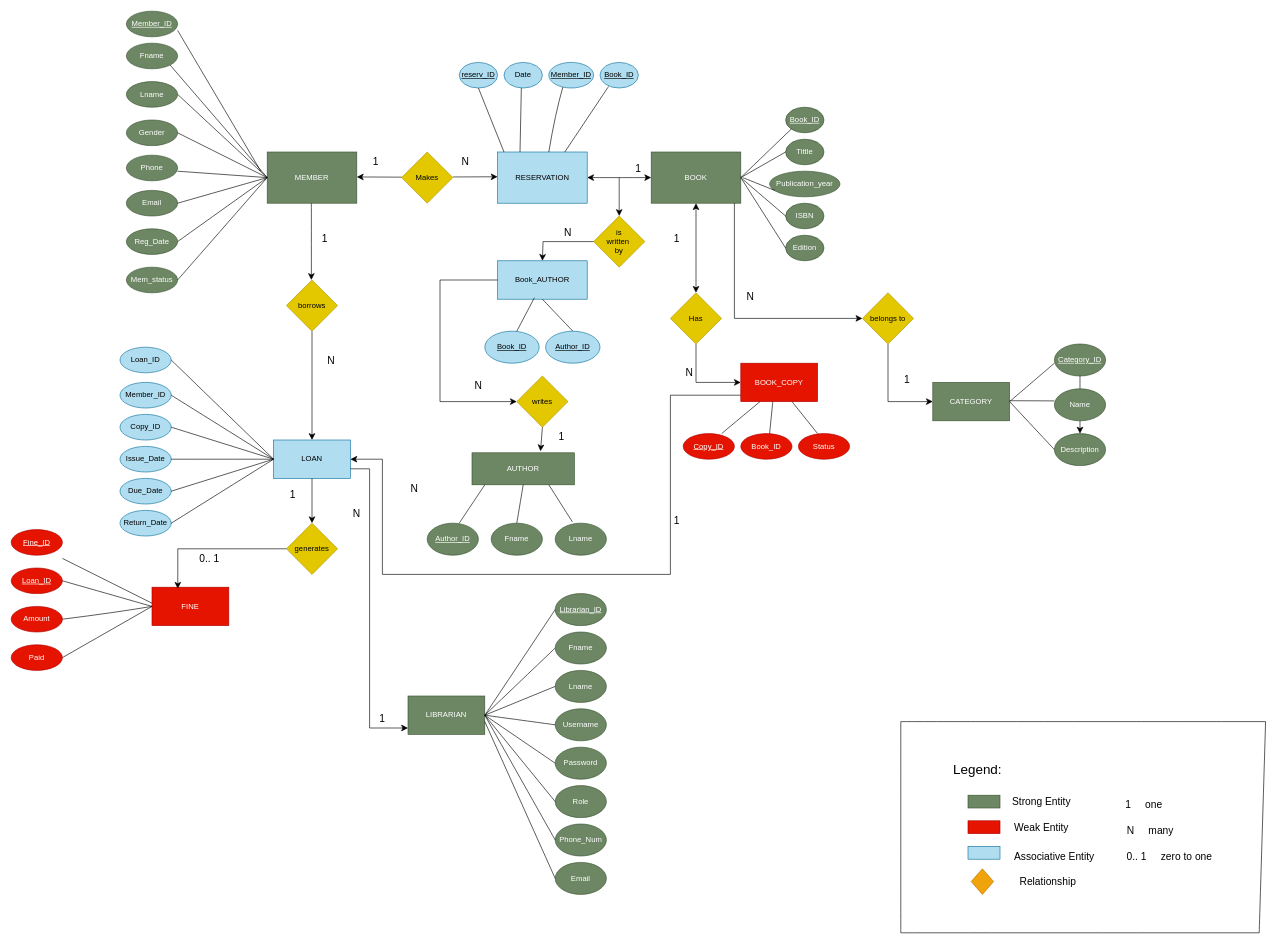
eyobarega-debug/GDG keeps this draw.io diagram as page "Page-1" (1 of 2) of DB.drawio. Above is the earlier version. Source tidied: cells renumbered, new cells numbered last; positions are measured from the earlier drawing's top-left corner, leaving out a move shared by most shapes. Both pictures are drawn from the tidied source at 64%, with x=0, y=0 at pixel (11, 11).
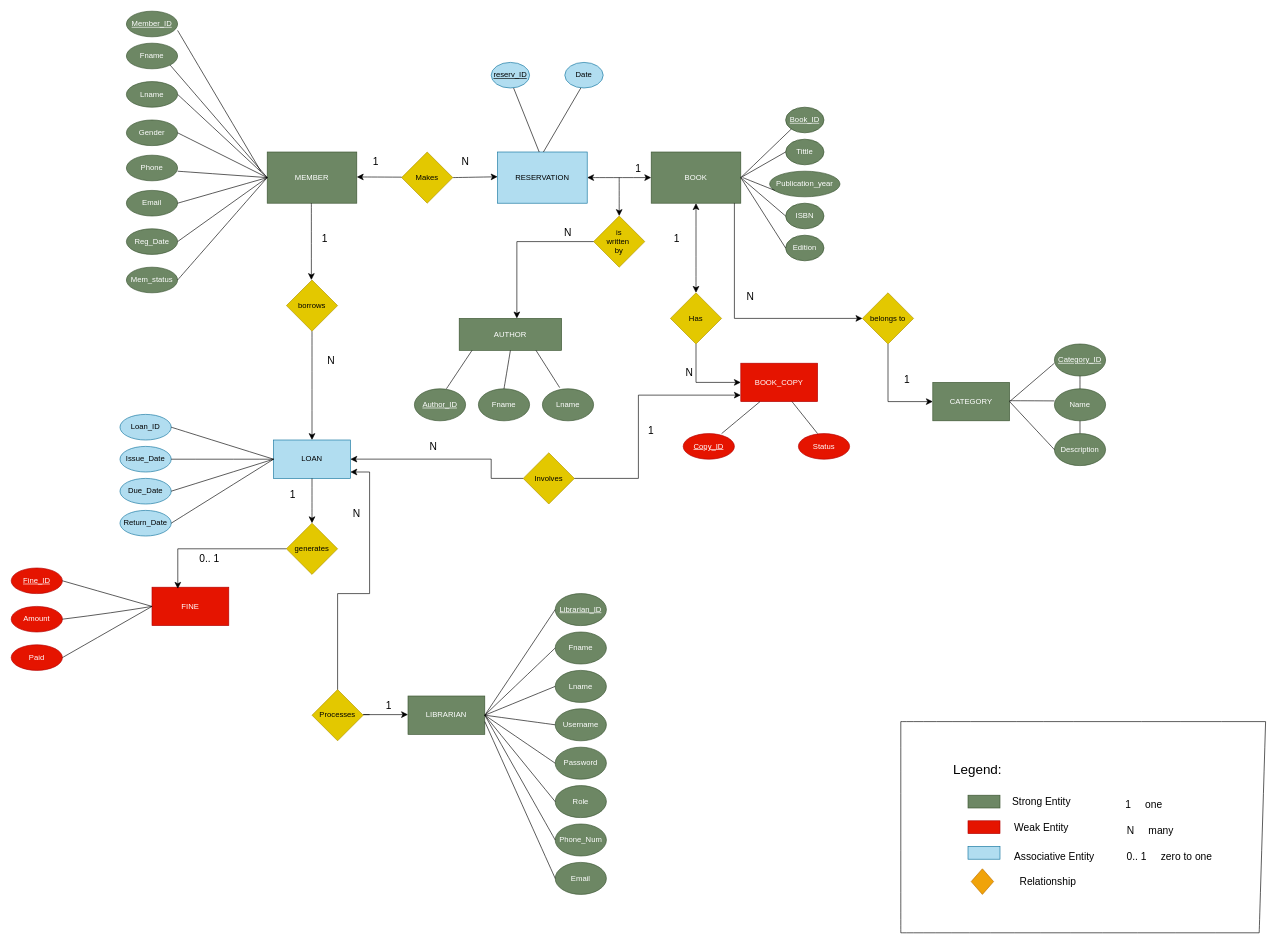
The same page after the edit.

Unchanged cells that the change refers to:
```xml
<mxCell id="3" value="RESERVATION" style="rounded=0;whiteSpace=wrap;html=1;fillColor=#b1ddf0;strokeColor=#10739e;" parent="1" vertex="1">
  <mxGeometry x="760" y="220" width="140" height="80" as="geometry" />
</mxCell>
<mxCell id="31" value="Makes" style="rhombus;whiteSpace=wrap;html=1;fillColor=#e3c800;fontColor=#000000;strokeColor=#B09500;" parent="1" vertex="1">
  <mxGeometry x="610" y="220" width="80" height="80" as="geometry" />
</mxCell>
<mxCell id="56" value="LOAN" style="whiteSpace=wrap;html=1;fillColor=#b1ddf0;strokeColor=#10739e;" parent="1" vertex="1">
  <mxGeometry x="410" y="670" width="120" height="60" as="geometry" />
</mxCell>
<mxCell id="105" value="&lt;u&gt;Category_ID&lt;/u&gt;" style="ellipse;whiteSpace=wrap;html=1;fillColor=#6d8764;strokeColor=#3A5431;fontColor=#ffffff;" parent="1" vertex="1">
  <mxGeometry x="1630" y="520" width="80" height="50" as="geometry" />
</mxCell>
<mxCell id="107" value="Description" style="ellipse;whiteSpace=wrap;html=1;fillColor=#6d8764;strokeColor=#3A5431;fontColor=#ffffff;" parent="1" vertex="1">
  <mxGeometry x="1630" y="660" width="80" height="50" as="geometry" />
</mxCell>
<mxCell id="113" value="LIBRARIAN" style="whiteSpace=wrap;html=1;fillColor=#6d8764;strokeColor=#3A5431;fontColor=#ffffff;" parent="1" vertex="1">
  <mxGeometry x="620" y="1070" width="120" height="60" as="geometry" />
</mxCell>
```

What changed in the source:
```diff
@@
     <mxCell id="5" value="Date" style="ellipse;whiteSpace=wrap;html=1;fillColor=#b1ddf0;strokeColor=#10739e;" parent="1" vertex="1">
-      <mxGeometry x="770" y="80" width="60" height="40" as="geometry" />
+      <mxGeometry x="865" y="80" width="60" height="40" as="geometry" />
     </mxCell>
-    <mxCell id="6" value="&lt;u&gt;Member_ID&lt;/u&gt;" style="ellipse;whiteSpace=wrap;html=1;fillColor=#b1ddf0;strokeColor=#10739e;" parent="1" vertex="1">
-      <mxGeometry x="840" y="80" width="70" height="40" as="geometry" />
-    </mxCell>
     <mxCell id="7" value="&lt;u&gt;reserv_ID&lt;/u&gt;" style="ellipse;whiteSpace=wrap;html=1;fillColor=#b1ddf0;strokeColor=#10739e;" parent="1" vertex="1">
-      <mxGeometry x="700" y="80" width="60" height="40" as="geometry" />
+      <mxGeometry x="750" y="80" width="60" height="40" as="geometry" />
     </mxCell>
-    <mxCell id="8" value="&lt;u&gt;Book_ID&lt;/u&gt;" style="ellipse;whiteSpace=wrap;html=1;fillColor=#b1ddf0;strokeColor=#10739e;" parent="1" vertex="1">
-      <mxGeometry x="920" y="80" width="60" height="40" as="geometry" />
-    </mxCell>
-    <mxCell id="9" style="edgeStyle=none;jettySize=auto;html=1;rounded=0;fontSize=12;startSize=8;endSize=8;curved=1;exitX=0.5;exitY=1;exitDx=0;exitDy=0;endArrow=none;endFill=0;" parent="1" edge="1" source="7">
+    <mxCell id="9" style="edgeStyle=none;orthogonalLoop=1;jettySize=auto;html=1;rounded=0;fontSize=12;startSize=8;endSize=8;curved=1;exitX=0.5;exitY=1;exitDx=0;exitDy=0;endArrow=none;endFill=0;" parent="1" edge="1">
       <mxGeometry relative="1" as="geometry">
-        <mxPoint x="770" y="220" as="targetPoint" />
+        <mxPoint x="785" y="120" as="sourcePoint" />
+        <mxPoint x="825" y="220" as="targetPoint" />
       </mxGeometry>
     </mxCell>
-    <mxCell id="10" style="edgeStyle=none;jettySize=auto;html=1;rounded=0;fontSize=12;startSize=8;endSize=8;curved=1;entryX=0.25;entryY=0;entryDx=0;entryDy=0;endArrow=none;endFill=0;" parent="1" edge="1" target="3">
-      <mxGeometry relative="1" as="geometry">
-        <mxPoint x="797.1" y="120" as="sourcePoint" />
-      </mxGeometry>
-    </mxCell>
-    <mxCell id="11" style="edgeStyle=none;jettySize=auto;html=1;rounded=0;fontSize=12;startSize=8;endSize=8;curved=1;exitX=0.313;exitY=0.969;exitDx=0;exitDy=0;exitPerimeter=0;endArrow=none;endFill=0;" parent="1" edge="1" source="6">
-      <mxGeometry relative="1" as="geometry">
-        <mxPoint x="840" y="220" as="targetPoint" />
-        <Array as="points">
-          <mxPoint x="850" y="160" />
-        </Array>
-      </mxGeometry>
-    </mxCell>
-    <mxCell id="12" style="edgeStyle=none;jettySize=auto;html=1;rounded=0;fontSize=12;startSize=8;endSize=8;curved=1;entryX=0.75;entryY=0;entryDx=0;entryDy=0;exitX=0.223;exitY=0.941;exitDx=0;exitDy=0;exitPerimeter=0;endArrow=none;endFill=0;" parent="1" edge="1" source="8" target="3">
-      <mxGeometry relative="1" as="geometry" />
+    <mxCell id="12" style="edgeStyle=none;jettySize=auto;html=1;rounded=0;fontSize=12;startSize=8;endSize=8;curved=1;entryX=0.75;entryY=0;entryDx=0;entryDy=0;endArrow=none;endFill=0;exitX=0.417;exitY=1;exitDx=0;exitDy=0;exitPerimeter=0;" parent="1" edge="1" source="5">
+      <mxGeometry relative="1" as="geometry">
+        <mxPoint x="831.6" y="220" as="targetPoint" />
+      </mxGeometry>
     </mxCell>
@@
-    <mxCell id="24" value="Book_AUTHOR" style="rounded=0;whiteSpace=wrap;html=1;fillColor=#b1ddf0;strokeColor=#10739e;" parent="1" vertex="1">
-      <mxGeometry x="760" y="390" width="140" height="60" as="geometry" />
-    </mxCell>
-    <mxCell id="25" style="edgeStyle=none;curved=1;rounded=0;orthogonalLoop=1;jettySize=auto;html=1;exitX=0.5;exitY=1;exitDx=0;exitDy=0;fontSize=12;startSize=8;endSize=8;" parent="1" edge="1" source="24" target="24">
-      <mxGeometry relative="1" as="geometry" />
+    <mxCell id="25" style="edgeStyle=none;curved=1;rounded=0;orthogonalLoop=1;jettySize=auto;html=1;exitX=0.5;exitY=1;exitDx=0;exitDy=0;fontSize=12;startSize=8;endSize=8;" parent="1" edge="1">
+      <mxGeometry relative="1" as="geometry">
+        <mxPoint x="830" y="450" as="sourcePoint" />
+        <mxPoint x="830" y="450" as="targetPoint" />
+      </mxGeometry>
     </mxCell>
@@
-    <mxCell id="27" value="&lt;u&gt;Author_ID&lt;/u&gt;" style="ellipse;whiteSpace=wrap;html=1;fillColor=#b1ddf0;strokeColor=#10739e;" parent="1" vertex="1">
-      <mxGeometry x="835" y="500" width="85" height="50" as="geometry" />
-    </mxCell>
-    <mxCell id="28" value="&lt;u&gt;Book_ID&lt;/u&gt;" style="ellipse;whiteSpace=wrap;html=1;fillColor=#b1ddf0;strokeColor=#10739e;" parent="1" vertex="1">
-      <mxGeometry x="740" y="500" width="85" height="50" as="geometry" />
-    </mxCell>
@@
-    <mxCell id="30" style="edgeStyle=none;orthogonalLoop=1;jettySize=auto;html=1;rounded=0;fontSize=12;startSize=8;endSize=8;curved=1;" parent="1" edge="1">
+    <mxCell id="30" style="edgeStyle=none;jettySize=auto;html=1;rounded=0;fontSize=12;startSize=8;endSize=8;curved=1;exitX=1;exitY=0.5;exitDx=0;exitDy=0;" parent="1" edge="1" source="31">
       <mxGeometry relative="1" as="geometry">
-        <mxPoint x="690" y="259" as="sourcePoint" />
         <mxPoint x="760" y="258.7" as="targetPoint" />
       </mxGeometry>
     </mxCell>
@@
     <mxCell id="61" value="&lt;u&gt;Fine_ID&lt;/u&gt;" style="ellipse;whiteSpace=wrap;html=1;fillColor=#e51400;strokeColor=#B20000;fontColor=#ffffff;" parent="1" vertex="1">
-      <mxGeometry y="810" width="80" height="40" as="geometry" />
+      <mxGeometry y="870" width="80" height="40" as="geometry" />
     </mxCell>
-    <mxCell id="62" value="&lt;u&gt;Loan_ID&lt;/u&gt;" style="ellipse;whiteSpace=wrap;html=1;fillColor=#e51400;strokeColor=#B20000;fontColor=#ffffff;" parent="1" vertex="1">
-      <mxGeometry y="870" width="80" height="40" as="geometry" />
-    </mxCell>
@@
-    <mxCell id="68" style="edgeStyle=none;orthogonalLoop=1;jettySize=auto;html=1;rounded=0;fontSize=12;startSize=8;endSize=8;curved=1;endArrow=none;endFill=0;exitX=1;exitY=0.5;exitDx=0;exitDy=0;" parent="1" edge="1">
-      <mxGeometry relative="1" as="geometry">
-        <mxPoint x="80" y="855" as="sourcePoint" />
-        <mxPoint x="220" y="925" as="targetPoint" />
-      </mxGeometry>
-    </mxCell>
-    <mxCell id="69" style="edgeStyle=segmentEdgeStyle;endArrow=classic;html=1;curved=0;rounded=0;endSize=8;startSize=8;sourcePerimeterSpacing=0;targetPerimeterSpacing=0;fontSize=12;" parent="1" edge="1">
-      <mxGeometry relative="1" as="geometry">
-        <mxPoint x="910" y="360" as="sourcePoint" />
-        <mxPoint x="830" y="390" as="targetPoint" />
-        <Array as="points">
-          <mxPoint x="831" y="360" />
-        </Array>
-      </mxGeometry>
-    </mxCell>
-    <mxCell id="70" style="edgeStyle=none;jettySize=auto;html=1;rounded=0;fontSize=12;startSize=8;endSize=8;curved=1;endArrow=none;endFill=0;exitX=0.411;exitY=0.96;exitDx=0;exitDy=0;exitPerimeter=0;" parent="1" edge="1" source="24">
-      <mxGeometry relative="1" as="geometry">
-        <mxPoint x="790" y="500" as="targetPoint" />
-      </mxGeometry>
-    </mxCell>
-    <mxCell id="71" style="edgeStyle=none;jettySize=auto;html=1;rounded=0;fontSize=12;startSize=8;endSize=8;curved=1;endArrow=none;endFill=0;entryX=0.5;entryY=0;entryDx=0;entryDy=0;" parent="1" edge="1" target="27">
-      <mxGeometry relative="1" as="geometry">
-        <mxPoint x="830" y="450" as="sourcePoint" />
-      </mxGeometry>
-    </mxCell>
-    <mxCell id="72" style="edgeStyle=none;curved=1;rounded=0;orthogonalLoop=1;jettySize=auto;html=1;exitX=0.5;exitY=1;exitDx=0;exitDy=0;fontSize=12;startSize=8;endSize=8;" parent="1" edge="1" source="24" target="24">
-      <mxGeometry relative="1" as="geometry" />
+    <mxCell id="72" style="edgeStyle=none;curved=1;rounded=0;orthogonalLoop=1;jettySize=auto;html=1;exitX=0.5;exitY=1;exitDx=0;exitDy=0;fontSize=12;startSize=8;endSize=8;" parent="1" edge="1">
+      <mxGeometry relative="1" as="geometry">
+        <mxPoint x="830" y="450" as="sourcePoint" />
+        <mxPoint x="830" y="450" as="targetPoint" />
+      </mxGeometry>
     </mxCell>
     <mxCell id="73" value="AUTHOR" style="whiteSpace=wrap;html=1;fillColor=#6d8764;strokeColor=#3A5431;fontColor=#ffffff;" parent="1" vertex="1">
-      <mxGeometry x="720" y="690" width="160" height="50" as="geometry" />
+      <mxGeometry x="700" y="480" width="160" height="50" as="geometry" />
     </mxCell>
     <mxCell id="74" value="&lt;u&gt;Author_ID&lt;/u&gt;" style="ellipse;whiteSpace=wrap;html=1;fillColor=#6d8764;strokeColor=#3A5431;fontColor=#ffffff;" parent="1" vertex="1">
-      <mxGeometry x="650" y="800" width="80" height="50" as="geometry" />
+      <mxGeometry x="630" y="590" width="80" height="50" as="geometry" />
     </mxCell>
     <mxCell id="75" value="Fname" style="ellipse;whiteSpace=wrap;html=1;fillColor=#6d8764;strokeColor=#3A5431;fontColor=#ffffff;" parent="1" vertex="1">
-      <mxGeometry x="750" y="800" width="80" height="50" as="geometry" />
+      <mxGeometry x="730" y="590" width="80" height="50" as="geometry" />
     </mxCell>
     <mxCell id="76" value="Lname" style="ellipse;whiteSpace=wrap;html=1;fillColor=#6d8764;strokeColor=#3A5431;fontColor=#ffffff;" parent="1" vertex="1">
-      <mxGeometry x="850" y="800" width="80" height="50" as="geometry" />
+      <mxGeometry x="830" y="590" width="80" height="50" as="geometry" />
     </mxCell>
     <mxCell id="77" style="edgeStyle=none;orthogonalLoop=1;jettySize=auto;html=1;rounded=0;fontSize=12;startSize=8;endSize=8;curved=1;endArrow=none;endFill=0;" parent="1" edge="1">
       <mxGeometry relative="1" as="geometry">
-        <mxPoint x="700" y="800" as="sourcePoint" />
-        <mxPoint x="740" y="740" as="targetPoint" />
+        <mxPoint x="680" y="590" as="sourcePoint" />
+        <mxPoint x="720" y="530" as="targetPoint" />
       </mxGeometry>
     </mxCell>
@@
-    <mxCell id="80" value="writes" style="rhombus;whiteSpace=wrap;html=1;fillColor=#e3c800;fontColor=#000000;strokeColor=#B09500;" parent="1" vertex="1">
-      <mxGeometry x="790" y="570" width="80" height="80" as="geometry" />
-    </mxCell>
-    <mxCell id="81" style="edgeStyle=segmentEdgeStyle;endArrow=classic;html=1;curved=0;rounded=0;endSize=8;startSize=8;sourcePerimeterSpacing=0;targetPerimeterSpacing=0;fontSize=12;entryX=0;entryY=0.5;entryDx=0;entryDy=0;" parent="1" edge="1" target="80">
-      <mxGeometry relative="1" as="geometry">
-        <mxPoint x="760" y="420" as="sourcePoint" />
-        <Array as="points">
-          <mxPoint x="670" y="420" />
-          <mxPoint x="670" y="610" />
-        </Array>
-      </mxGeometry>
-    </mxCell>
-    <mxCell id="82" style="edgeStyle=none;jettySize=auto;html=1;rounded=0;fontSize=12;startSize=8;endSize=8;curved=1;entryX=0.669;entryY=-0.048;entryDx=0;entryDy=0;entryPerimeter=0;" parent="1" edge="1" target="73">
-      <mxGeometry relative="1" as="geometry">
-        <mxPoint x="830" y="650" as="sourcePoint" />
-      </mxGeometry>
-    </mxCell>
@@
-    <mxCell id="84" value="1" style="text;html=1;whiteSpace=wrap;strokeColor=none;fillColor=none;align=center;verticalAlign=middle;rounded=0;fontSize=16;" parent="1" vertex="1">
-      <mxGeometry x="830" y="650" width="60" height="30" as="geometry" />
-    </mxCell>
-    <mxCell id="85" value="N" style="text;html=1;whiteSpace=wrap;strokeColor=none;fillColor=none;align=center;verticalAlign=middle;rounded=0;fontSize=16;" parent="1" vertex="1">
-      <mxGeometry x="700" y="570" width="60" height="30" as="geometry" />
-    </mxCell>
@@
-    <mxCell id="93" value="Book_ID" style="ellipse;whiteSpace=wrap;html=1;fillColor=#e51400;strokeColor=#B20000;fontColor=#ffffff;" parent="1" vertex="1">
-      <mxGeometry x="1140" y="660" width="80" height="40" as="geometry" />
-    </mxCell>
@@
-    <mxCell id="96" style="edgeStyle=none;orthogonalLoop=1;jettySize=auto;html=1;rounded=0;fontSize=12;startSize=8;endSize=8;curved=1;endArrow=none;endFill=0;" parent="1" edge="1">
-      <mxGeometry relative="1" as="geometry">
-        <mxPoint x="1190" y="610" as="sourcePoint" />
-        <mxPoint x="1185" y="660" as="targetPoint" />
-      </mxGeometry>
-    </mxCell>
@@
-    <mxCell id="104" style="edgeStyle=none;curved=1;rounded=0;jettySize=auto;html=1;fontSize=12;startSize=8;endSize=8;" parent="1" edge="1" source="105" target="107">
+    <mxCell id="104" style="edgeStyle=none;curved=1;rounded=0;jettySize=auto;html=1;fontSize=12;startSize=8;endSize=8;endArrow=none;endFill=0;" parent="1" edge="1" source="105" target="107">
       <mxGeometry relative="1" as="geometry" />
     </mxCell>
@@
     <mxCell id="130" value="Loan_ID" style="ellipse;whiteSpace=wrap;html=1;fillColor=#b1ddf0;strokeColor=#10739e;" parent="1" vertex="1">
-      <mxGeometry x="170" y="525" width="80" height="40" as="geometry" />
+      <mxGeometry x="170" y="630" width="80" height="40" as="geometry" />
     </mxCell>
-    <mxCell id="131" value="Member_ID" style="ellipse;whiteSpace=wrap;html=1;fillColor=#b1ddf0;strokeColor=#10739e;" parent="1" vertex="1">
-      <mxGeometry x="170" y="580" width="80" height="40" as="geometry" />
-    </mxCell>
-    <mxCell id="132" value="Copy_ID" style="ellipse;whiteSpace=wrap;html=1;fillColor=#b1ddf0;strokeColor=#10739e;" parent="1" vertex="1">
-      <mxGeometry x="170" y="630" width="80" height="40" as="geometry" />
-    </mxCell>
@@
-    <mxCell id="134" style="edgeStyle=none;curved=1;rounded=0;orthogonalLoop=1;jettySize=auto;html=1;exitX=0.5;exitY=1;exitDx=0;exitDy=0;fontSize=12;startSize=8;endSize=8;" parent="1" edge="1" source="132" target="132">
-      <mxGeometry relative="1" as="geometry" />
+    <mxCell id="134" style="edgeStyle=none;curved=1;rounded=0;orthogonalLoop=1;jettySize=auto;html=1;exitX=0.5;exitY=1;exitDx=0;exitDy=0;fontSize=12;startSize=8;endSize=8;" parent="1" edge="1">
+      <mxGeometry relative="1" as="geometry">
+        <mxPoint x="210" y="670" as="sourcePoint" />
+        <mxPoint x="210" y="670" as="targetPoint" />
+      </mxGeometry>
     </mxCell>
@@
-    <mxCell id="137" style="endArrow=none;html=1;rounded=0;fontSize=12;startSize=8;endSize=8;curved=1;exitX=1;exitY=0.5;exitDx=0;exitDy=0;entryX=0;entryY=0.5;entryDx=0;entryDy=0;" parent="1" edge="1" source="130" target="56">
-      <mxGeometry relative="1" as="geometry" />
-    </mxCell>
-    <mxCell id="138" style="endArrow=none;html=1;rounded=0;fontSize=12;startSize=8;endSize=8;curved=1;exitX=1;exitY=0.5;exitDx=0;exitDy=0;entryX=0;entryY=0.5;entryDx=0;entryDy=0;" parent="1" edge="1" source="131" target="56">
-      <mxGeometry relative="1" as="geometry" />
-    </mxCell>
-    <mxCell id="139" style="endArrow=none;html=1;rounded=0;fontSize=12;startSize=8;endSize=8;curved=1;entryX=0;entryY=0.5;entryDx=0;entryDy=0;exitX=1;exitY=0.5;exitDx=0;exitDy=0;" parent="1" edge="1" source="132" target="56">
-      <mxGeometry relative="1" as="geometry" />
+    <mxCell id="139" style="endArrow=none;html=1;rounded=0;fontSize=12;startSize=8;endSize=8;curved=1;entryX=0;entryY=0.5;entryDx=0;entryDy=0;exitX=1;exitY=0.5;exitDx=0;exitDy=0;" parent="1" edge="1" target="56">
+      <mxGeometry relative="1" as="geometry">
+        <mxPoint x="250" y="650" as="sourcePoint" />
+      </mxGeometry>
     </mxCell>
@@
-    <mxCell id="156" style="edgeStyle=segmentEdgeStyle;endArrow=classic;html=1;curved=0;rounded=0;endSize=8;startSize=8;sourcePerimeterSpacing=0;targetPerimeterSpacing=0;fontSize=12;exitX=1;exitY=0.75;exitDx=0;exitDy=0;" parent="1" edge="1" source="56" target="113">
-      <mxGeometry relative="1" as="geometry">
-        <Array as="points">
-          <mxPoint x="560" y="715" />
-          <mxPoint x="560" y="1120" />
-        </Array>
-      </mxGeometry>
-    </mxCell>
@@
-    <mxCell id="160" style="edgeStyle=segmentEdgeStyle;endArrow=none;html=1;curved=0;rounded=0;endSize=8;startSize=8;sourcePerimeterSpacing=0;targetPerimeterSpacing=0;fontSize=12;endFill=0;" parent="1" edge="1">
-      <mxGeometry relative="1" as="geometry">
-        <mxPoint x="580" y="880" as="sourcePoint" />
-        <mxPoint x="1140" y="600" as="targetPoint" />
-        <Array as="points">
-          <mxPoint x="1030" y="600" />
-        </Array>
-      </mxGeometry>
-    </mxCell>
-    <mxCell id="161" style="edgeStyle=segmentEdgeStyle;endArrow=classic;html=1;curved=0;rounded=0;endSize=8;startSize=8;sourcePerimeterSpacing=0;targetPerimeterSpacing=0;fontSize=12;endFill=1;startArrow=none;startFill=0;entryX=1;entryY=0.5;entryDx=0;entryDy=0;" parent="1" edge="1" target="56">
-      <mxGeometry relative="1" as="geometry">
-        <mxPoint x="580" y="880" as="sourcePoint" />
-        <Array as="points">
-          <mxPoint x="580" y="700" />
-        </Array>
-      </mxGeometry>
-    </mxCell>
     <mxCell id="162" value="1" style="text;html=1;whiteSpace=wrap;strokeColor=none;fillColor=none;align=center;verticalAlign=middle;rounded=0;fontSize=16;" parent="1" vertex="1">
-      <mxGeometry x="1010" y="780" width="60" height="30" as="geometry" />
+      <mxGeometry x="970" y="640" width="60" height="30" as="geometry" />
     </mxCell>
@@
     <mxCell id="164" value="1" style="text;html=1;whiteSpace=wrap;strokeColor=none;fillColor=none;align=center;verticalAlign=middle;rounded=0;fontSize=16;" parent="1" vertex="1">
-      <mxGeometry x="550" y="1090" width="60" height="30" as="geometry" />
+      <mxGeometry x="560" y="1070" width="60" height="30" as="geometry" />
     </mxCell>
     <mxCell id="165" value="N" style="text;html=1;whiteSpace=wrap;strokeColor=none;fillColor=none;align=center;verticalAlign=middle;rounded=0;fontSize=16;" parent="1" vertex="1">
-      <mxGeometry x="600" y="730" width="60" height="30" as="geometry" />
+      <mxGeometry x="630" y="665" width="60" height="30" as="geometry" />
     </mxCell>
@@
+    <mxCell id="172" style="edgeStyle=segmentEdgeStyle;endArrow=classic;html=1;curved=0;rounded=0;endSize=8;startSize=8;sourcePerimeterSpacing=0;targetPerimeterSpacing=0;fontSize=12;entryX=0.563;entryY=0;entryDx=0;entryDy=0;entryPerimeter=0;" parent="1" edge="1" target="73">
+      <mxGeometry relative="1" as="geometry">
+        <mxPoint x="910" y="360" as="sourcePoint" />
+        <Array as="points">
+          <mxPoint x="790" y="360" />
+        </Array>
+      </mxGeometry>
+    </mxCell>
+    <mxCell id="173" style="edgeStyle=segmentEdgeStyle;endArrow=classic;html=1;curved=0;rounded=0;endSize=8;startSize=8;sourcePerimeterSpacing=0;targetPerimeterSpacing=0;fontSize=12;" parent="1" edge="1">
+      <mxGeometry relative="1" as="geometry">
+        <mxPoint x="560" y="1099.1" as="sourcePoint" />
+        <mxPoint x="620" y="1099.1" as="targetPoint" />
+        <Array as="points">
+          <mxPoint x="550" y="1099.1" />
+        </Array>
+      </mxGeometry>
+    </mxCell>
+    <mxCell id="174" value="Processes" style="rhombus;whiteSpace=wrap;html=1;fillColor=#e3c800;fontColor=#000000;strokeColor=#B09500;" parent="1" vertex="1">
+      <mxGeometry x="470" y="1060" width="80" height="80" as="geometry" />
+    </mxCell>
+    <mxCell id="175" style="edgeStyle=none;curved=1;rounded=0;orthogonalLoop=1;jettySize=auto;html=1;exitX=0.5;exitY=1;exitDx=0;exitDy=0;fontSize=12;startSize=8;endSize=8;" parent="1" edge="1" source="174" target="174">
+      <mxGeometry relative="1" as="geometry" />
+    </mxCell>
+    <mxCell id="176" style="edgeStyle=segmentEdgeStyle;endArrow=classic;html=1;curved=0;rounded=0;endSize=8;startSize=8;sourcePerimeterSpacing=0;targetPerimeterSpacing=0;fontSize=12;exitX=0.5;exitY=0;exitDx=0;exitDy=0;" parent="1" edge="1" source="174">
+      <mxGeometry relative="1" as="geometry">
+        <mxPoint x="530" y="720" as="targetPoint" />
+        <Array as="points">
+          <mxPoint x="510" y="910" />
+          <mxPoint x="560" y="910" />
+          <mxPoint x="560" y="720" />
+        </Array>
+      </mxGeometry>
+    </mxCell>
+    <mxCell id="177" value="Involves" style="rhombus;whiteSpace=wrap;html=1;fillColor=#e3c800;fontColor=#000000;strokeColor=#B09500;" parent="1" vertex="1">
+      <mxGeometry x="800" y="690" width="80" height="80" as="geometry" />
+    </mxCell>
+    <mxCell id="178" style="edgeStyle=segmentEdgeStyle;endArrow=classic;html=1;curved=0;rounded=0;endSize=8;startSize=8;sourcePerimeterSpacing=0;targetPerimeterSpacing=0;fontSize=12;" parent="1" edge="1" source="177">
+      <mxGeometry relative="1" as="geometry">
+        <mxPoint x="1140" y="599.9" as="targetPoint" />
+        <Array as="points">
+          <mxPoint x="980" y="730" />
+          <mxPoint x="980" y="600" />
+        </Array>
+      </mxGeometry>
+    </mxCell>
+    <mxCell id="179" style="edgeStyle=segmentEdgeStyle;endArrow=classic;html=1;curved=0;rounded=0;endSize=8;startSize=8;sourcePerimeterSpacing=0;targetPerimeterSpacing=0;fontSize=12;exitX=0;exitY=0.5;exitDx=0;exitDy=0;" parent="1" edge="1" source="177">
+      <mxGeometry relative="1" as="geometry">
+        <mxPoint x="530" y="699.9" as="targetPoint" />
+        <Array as="points">
+          <mxPoint x="750" y="730" />
+          <mxPoint x="750" y="700" />
+        </Array>
+      </mxGeometry>
+    </mxCell>
```
